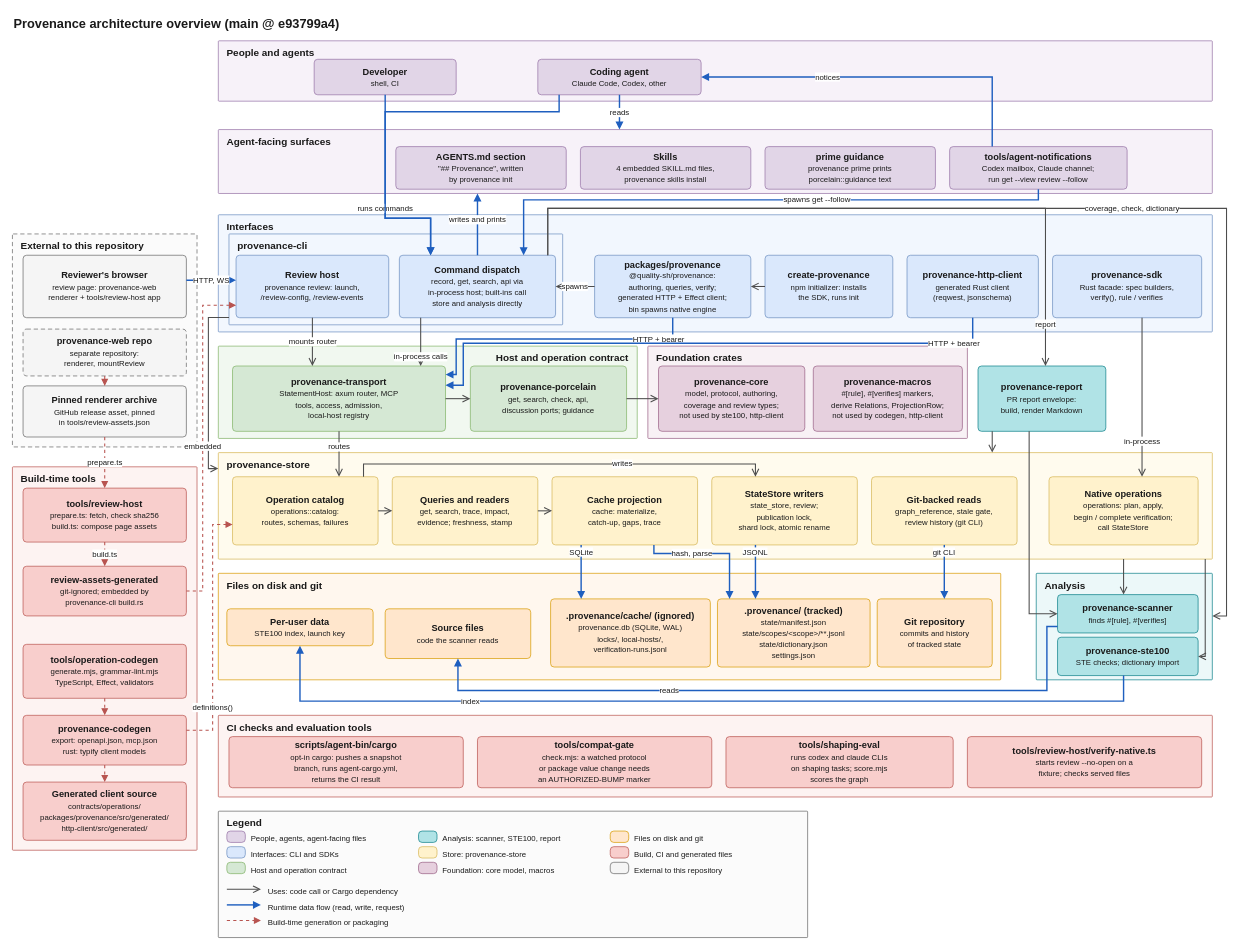
This is docs/architecture/diagrams/00-overview.drawio from quality-sh/provenance, a draw.io file, before an edit. Source tidied: cells renumbered, new cells numbered last; positions are measured from the earlier drawing's top-left corner, leaving out a move shared by most shapes. Both pictures are drawn from the tidied source at 71%, with x=0, y=0 at pixel (12, 12).
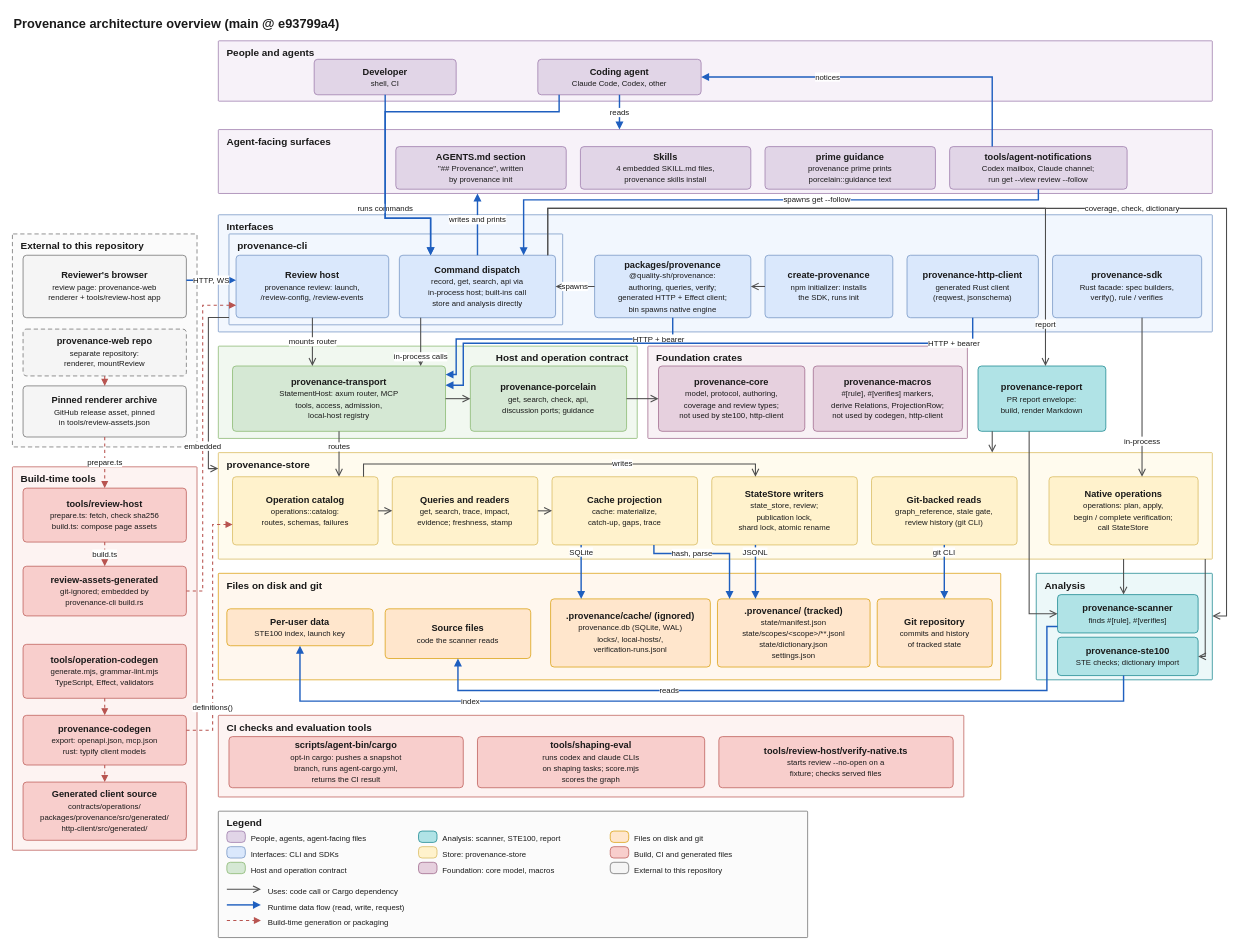
Above is the later version.

Commit message (it also covers changes not shown here):
Remove the compatibility gate, its marker and the root PROMPT.md

What changed in the source:
```diff
@@
     <mxCell id="52" value="CI checks and evaluation tools" style="rounded=1;arcSize=2;absoluteArcSize=1;whiteSpace=wrap;html=1;fillColor=#fdf3f2;strokeColor=#b85450;verticalAlign=top;align=left;spacingLeft=10;spacingRight=10;spacingTop=2;fontStyle=1;fontSize=14;fontColor=#1a1a1a;" parent="1" vertex="1">
-      <mxGeometry x="290" y="990" width="1400" height="115" as="geometry" />
+      <mxGeometry x="290" y="990" width="1050" height="115" as="geometry" />
     </mxCell>
@@
-    <mxCell id="54" value="&lt;b&gt;tools/compat-gate&lt;/b&gt;&lt;br&gt;&lt;font style=&quot;font-size:11px&quot;&gt;check.mjs: a watched protocol&lt;br&gt;or package value change needs&lt;br&gt;an AUTHORIZED-BUMP marker&lt;/font&gt;" style="rounded=1;arcSize=10;absoluteArcSize=1;whiteSpace=wrap;html=1;fillColor=#f8cecc;strokeColor=#b85450;fontSize=13;fontColor=#1a1a1a;verticalAlign=middle;align=center;spacing=4;" parent="52" vertex="1">
-      <mxGeometry x="365" y="30" width="330" height="72" as="geometry" />
-    </mxCell>
     <mxCell id="55" value="&lt;b&gt;tools/shaping-eval&lt;/b&gt;&lt;br&gt;&lt;font style=&quot;font-size:11px&quot;&gt;runs codex and claude CLIs&lt;br&gt;on shaping tasks; score.mjs&lt;br&gt;scores the graph&lt;/font&gt;" style="rounded=1;arcSize=10;absoluteArcSize=1;whiteSpace=wrap;html=1;fillColor=#f8cecc;strokeColor=#b85450;fontSize=13;fontColor=#1a1a1a;verticalAlign=middle;align=center;spacing=4;" parent="52" vertex="1">
-      <mxGeometry x="715" y="30" width="320" height="72" as="geometry" />
+      <mxGeometry x="365" y="30" width="320" height="72" as="geometry" />
     </mxCell>
     <mxCell id="56" value="&lt;b&gt;tools/review-host/verify-native.ts&lt;/b&gt;&lt;br&gt;&lt;font style=&quot;font-size:11px&quot;&gt;starts review --no-open on a&lt;br&gt;fixture; checks served files&lt;/font&gt;" style="rounded=1;arcSize=10;absoluteArcSize=1;whiteSpace=wrap;html=1;fillColor=#f8cecc;strokeColor=#b85450;fontSize=13;fontColor=#1a1a1a;verticalAlign=middle;align=center;spacing=4;" parent="52" vertex="1">
-      <mxGeometry x="1055" y="30" width="330" height="72" as="geometry" />
+      <mxGeometry x="705" y="30" width="330" height="72" as="geometry" />
     </mxCell>
```
